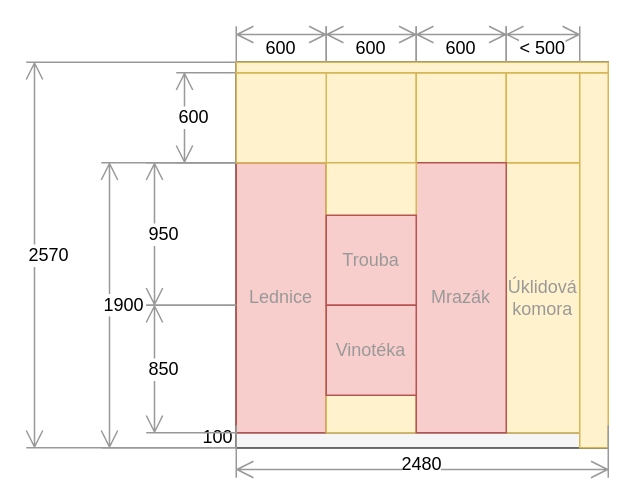
Earlier version of the draw.io diagram docs/src/static/drawings/kitchen.wall-appliances.drawio (surquest/flat-renovation). Source tidied: cells renumbered, new cells numbered last; positions are measured from the earlier drawing's top-left corner, leaving out a move shared by most shapes. Both pictures are drawn from the tidied source at 150%, with x=0, y=0 at pixel (26, 26).
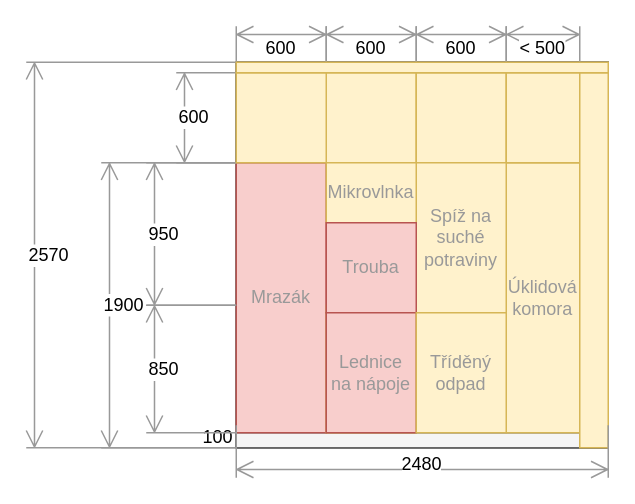
The same page after the edit.

Commit message (it also covers changes not shown here):
Kitchen layout patch

Diff of the diagram source:
```diff
@@
-    <mxCell id="4" value="Lednice" style="rounded=0;whiteSpace=wrap;html=1;fillColor=#f8cecc;strokeColor=#b85450;fontColor=#999999;" parent="1" vertex="1">
+    <mxCell id="4" value="Mrazák" style="rounded=0;whiteSpace=wrap;html=1;fillColor=#f8cecc;strokeColor=#b85450;fontColor=#999999;" parent="1" vertex="1">
       <mxGeometry x="140" y="91" width="60" height="180" as="geometry" />
     </mxCell>
@@
-    <mxCell id="20" value="Mrazák" style="rounded=0;whiteSpace=wrap;html=1;fillColor=#f8cecc;strokeColor=#b85450;fontColor=#999999;" parent="1" vertex="1">
-      <mxGeometry x="260" y="91" width="60" height="180" as="geometry" />
+    <mxCell id="20" value="Spíž na suché potraviny" style="rounded=0;whiteSpace=wrap;html=1;fillColor=#fff2cc;strokeColor=#d6b656;fontColor=#999999;" parent="1" vertex="1">
+      <mxGeometry x="260" y="91" width="60" height="100" as="geometry" />
     </mxCell>
@@
-    <mxCell id="26" style="rounded=0;whiteSpace=wrap;html=1;fillColor=#fff2cc;strokeColor=#d6b656;" parent="1" vertex="1">
-      <mxGeometry x="200" y="91" width="60" height="50" as="geometry" />
+    <mxCell id="26" value="Mikrovlnka" style="rounded=0;whiteSpace=wrap;html=1;fillColor=#fff2cc;strokeColor=#d6b656;fontColor=#999999;" parent="1" vertex="1">
+      <mxGeometry x="200" y="91" width="60" height="40" as="geometry" />
     </mxCell>
     <mxCell id="27" value="Trouba" style="rounded=0;whiteSpace=wrap;html=1;fillColor=#f8cecc;strokeColor=#b85450;fontColor=#999999;" parent="1" vertex="1">
-      <mxGeometry x="200" y="126" width="60" height="60" as="geometry" />
+      <mxGeometry x="200" y="131" width="60" height="60" as="geometry" />
     </mxCell>
-    <mxCell id="28" value="Vinotéka" style="rounded=0;whiteSpace=wrap;html=1;fillColor=#f8cecc;strokeColor=#b85450;fontColor=#999999;" parent="1" vertex="1">
-      <mxGeometry x="200" y="186" width="60" height="60" as="geometry" />
-    </mxCell>
+    <mxCell id="29" value="Lednice na nápoje" style="rounded=0;whiteSpace=wrap;html=1;fillColor=#f8cecc;strokeColor=#b85450;fontColor=#999999;" parent="1" vertex="1">
+      <mxGeometry x="200" y="191" width="60" height="80" as="geometry" />
+    </mxCell>
+    <mxCell id="30" value="Tříděný odpad" style="rounded=0;whiteSpace=wrap;html=1;fillColor=#fff2cc;strokeColor=#d6b656;fontColor=#999999;" parent="1" vertex="1">
+      <mxGeometry x="260" y="191" width="60" height="80" as="geometry" />
+    </mxCell>
```
